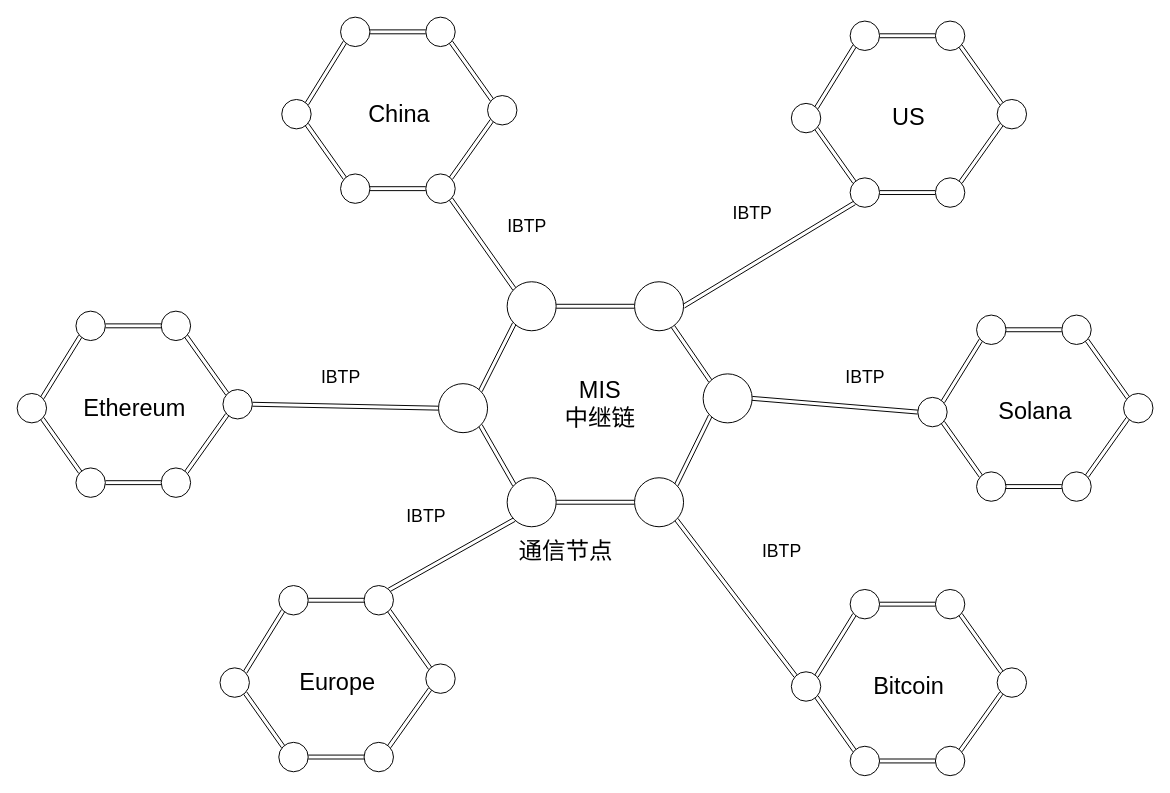
The draw.io diagram relay_chain.drawio in cynic-1/Graphs, before the edit. Source tidied: cells renumbered, new cells numbered last; positions are measured from the earlier drawing's top-left corner, leaving out a move shared by most shapes. Both pictures are drawn from the tidied source at 98%, with x=0, y=0 at pixel (17, 17).
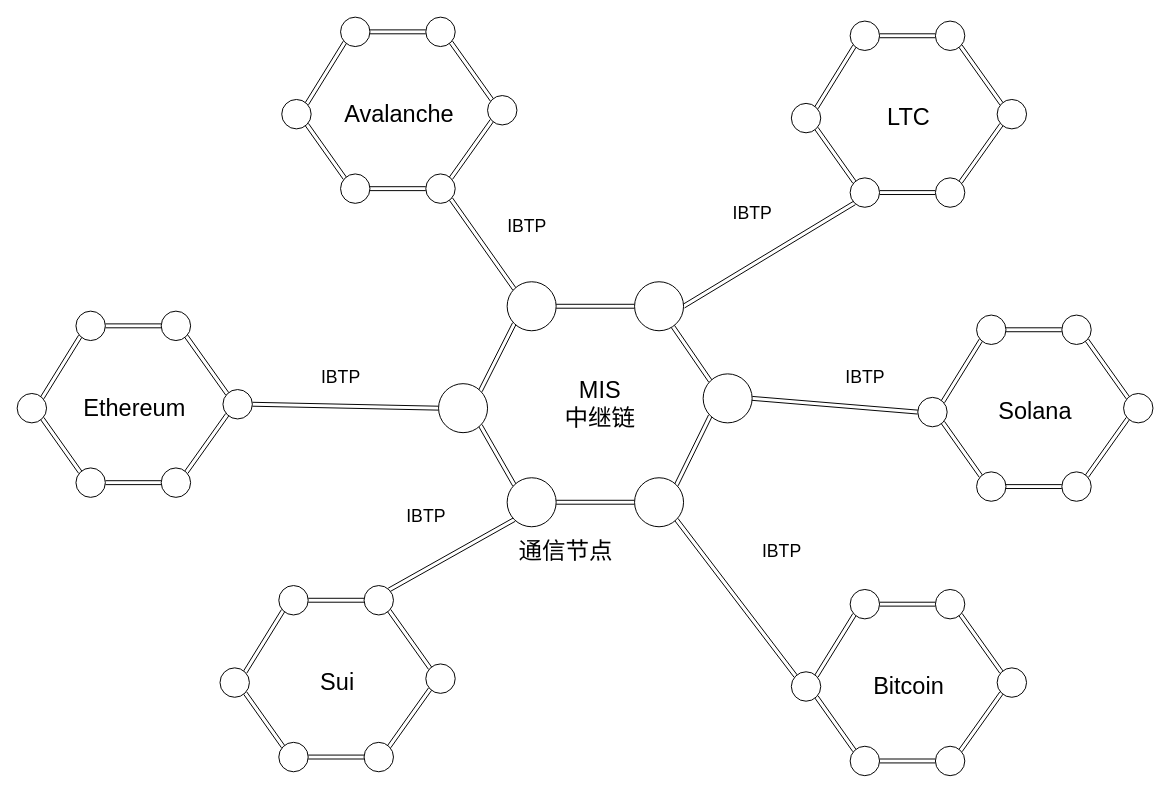
The same diagram, later.

Diff of the diagram source:
```diff
@@
-    <mxCell id="47" value="&lt;font style=&quot;font-size: 24px;&quot;&gt;China&lt;/font&gt;" style="text;strokeColor=none;align=center;fillColor=none;html=1;verticalAlign=middle;whiteSpace=wrap;rounded=0;" parent="1" vertex="1">
+    <mxCell id="47" value="&lt;span style=&quot;font-size: 24px;&quot;&gt;Avalanche&lt;/span&gt;" style="text;strokeColor=none;align=center;fillColor=none;html=1;verticalAlign=middle;whiteSpace=wrap;rounded=0;" parent="1" vertex="1">
       <mxGeometry x="360" y="84" width="60" height="30" as="geometry" />
     </mxCell>
@@
-    <mxCell id="60" value="&lt;font style=&quot;font-size: 24px;&quot;&gt;Europe&lt;/font&gt;" style="text;strokeColor=none;align=center;fillColor=none;html=1;verticalAlign=middle;whiteSpace=wrap;rounded=0;" parent="1" vertex="1">
+    <mxCell id="60" value="&lt;font style=&quot;font-size: 24px;&quot;&gt;Sui&lt;/font&gt;" style="text;strokeColor=none;align=center;fillColor=none;html=1;verticalAlign=middle;whiteSpace=wrap;rounded=0;" parent="1" vertex="1">
       <mxGeometry x="297" y="664" width="60" height="30" as="geometry" />
     </mxCell>
@@
-    <mxCell id="73" value="&lt;font style=&quot;font-size: 24px;&quot;&gt;US&lt;/font&gt;" style="text;strokeColor=none;align=center;fillColor=none;html=1;verticalAlign=middle;whiteSpace=wrap;rounded=0;" parent="1" vertex="1">
+    <mxCell id="73" value="&lt;font style=&quot;font-size: 24px;&quot;&gt;LTC&lt;/font&gt;" style="text;strokeColor=none;align=center;fillColor=none;html=1;verticalAlign=middle;whiteSpace=wrap;rounded=0;" parent="1" vertex="1">
       <mxGeometry x="880" y="88" width="60" height="30" as="geometry" />
     </mxCell>
```
